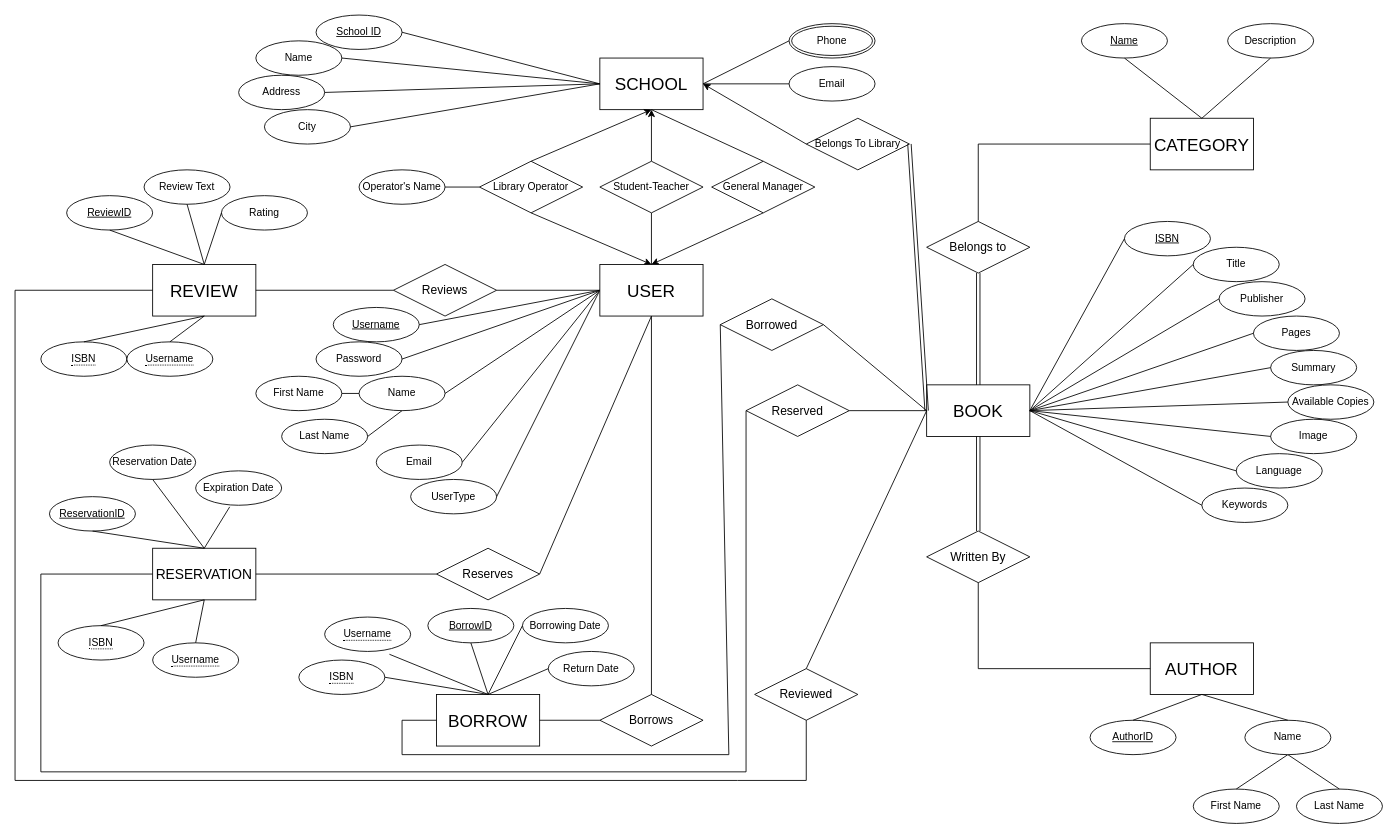
Earlier version of the draw.io diagram diagrams/ermodel .drawio (konpappas/database). Source tidied: cells renumbered, new cells numbered last; positions are measured from the earlier drawing's top-left corner, leaving out a move shared by most shapes. Both pictures are drawn from the tidied source at 86%, with x=0, y=0 at pixel (15, 15).
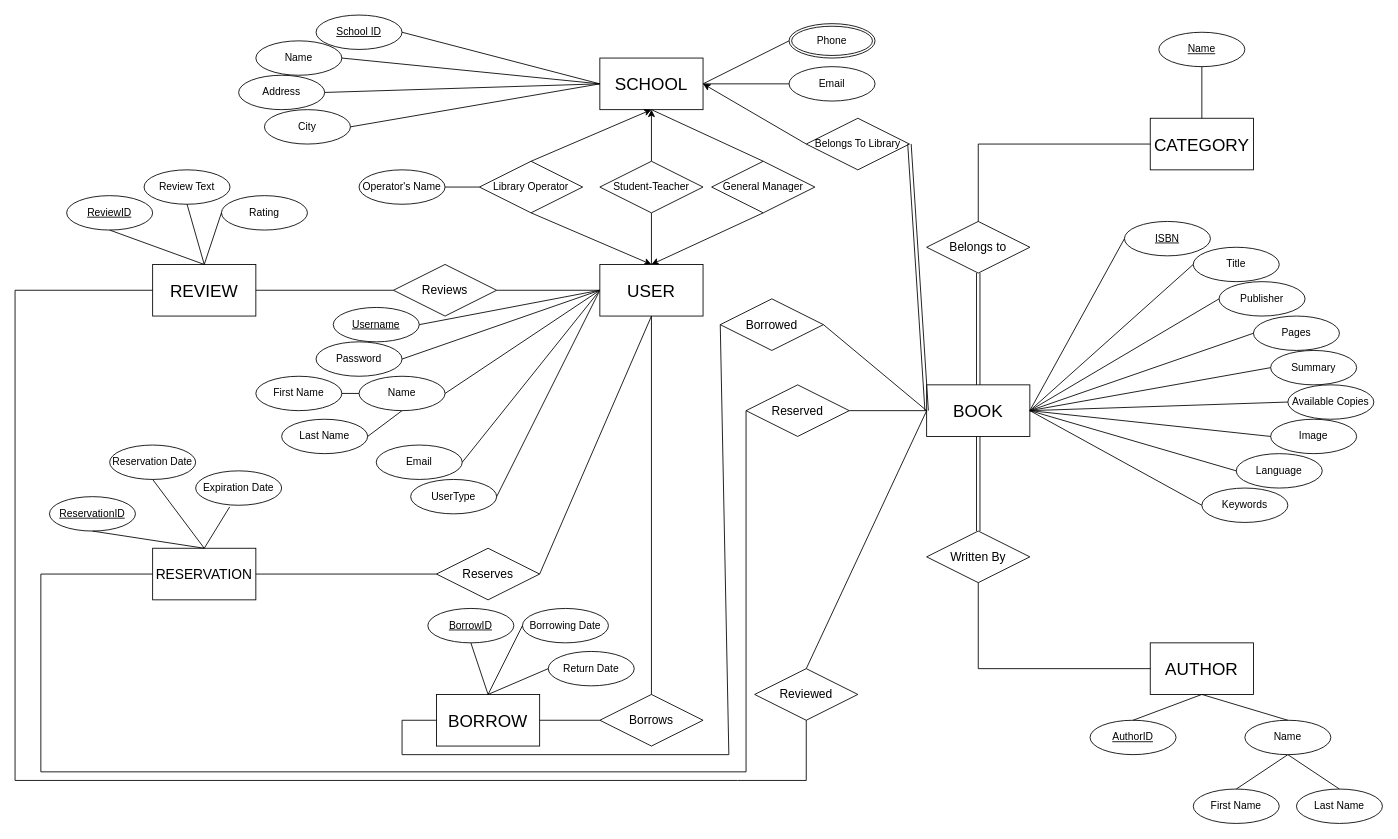
Above is the later version.

The change refers to these unchanged cells:
```xml
<mxCell id="3" value="&lt;font style=&quot;font-size: 16px;&quot;&gt;RESERVATION&lt;/font&gt;" style="rounded=0;whiteSpace=wrap;html=1;" parent="1" vertex="1">
  <mxGeometry x="160" y="620" width="120" height="60" as="geometry" />
</mxCell>
<mxCell id="4" value="&lt;font style=&quot;font-size: 20px;&quot;&gt;REVIEW&lt;/font&gt;" style="rounded=0;whiteSpace=wrap;html=1;" parent="1" vertex="1">
  <mxGeometry x="160" y="290" width="120" height="60" as="geometry" />
</mxCell>
<mxCell id="5" value="&lt;font style=&quot;font-size: 20px;&quot;&gt;BORROW&lt;/font&gt;" style="rounded=0;whiteSpace=wrap;html=1;" parent="1" vertex="1">
  <mxGeometry x="490" y="790" width="120" height="60" as="geometry" />
</mxCell>
<mxCell id="6" value="&lt;font style=&quot;font-size: 20px;&quot;&gt;CATEGORY&lt;/font&gt;" style="rounded=0;whiteSpace=wrap;html=1;" parent="1" vertex="1">
  <mxGeometry x="1320" y="120" width="120" height="60" as="geometry" />
</mxCell>
```

The edit, as a diff of the source:
```diff
@@
-    <mxCell id="78" value="&lt;span style=&quot;border-bottom: 1px dotted&quot;&gt;ISBN&lt;/span&gt;" style="ellipse;whiteSpace=wrap;html=1;align=center;" parent="1" vertex="1">
-      <mxGeometry x="50" y="710" width="100" height="40" as="geometry" />
-    </mxCell>
-    <mxCell id="79" value="&lt;span style=&quot;border-bottom: 1px dotted&quot;&gt;Username&lt;/span&gt;" style="ellipse;whiteSpace=wrap;html=1;align=center;" parent="1" vertex="1">
-      <mxGeometry x="160" y="730" width="100" height="40" as="geometry" />
-    </mxCell>
-    <mxCell id="80" value="&lt;span style=&quot;border-bottom: 1px dotted&quot;&gt;ISBN&lt;/span&gt;" style="ellipse;whiteSpace=wrap;html=1;align=center;" parent="1" vertex="1">
-      <mxGeometry x="30" y="380" width="100" height="40" as="geometry" />
-    </mxCell>
-    <mxCell id="81" value="&lt;span style=&quot;border-bottom: 1px dotted&quot;&gt;Username&lt;/span&gt;" style="ellipse;whiteSpace=wrap;html=1;align=center;" parent="1" vertex="1">
-      <mxGeometry x="130" y="380" width="100" height="40" as="geometry" />
-    </mxCell>
-    <mxCell id="82" value="&lt;span style=&quot;border-bottom: 1px dotted&quot;&gt;ISBN&lt;/span&gt;" style="ellipse;whiteSpace=wrap;html=1;align=center;" parent="1" vertex="1">
-      <mxGeometry x="330" y="750" width="100" height="40" as="geometry" />
-    </mxCell>
-    <mxCell id="83" value="&lt;span style=&quot;border-bottom: 1px dotted&quot;&gt;Username&lt;/span&gt;" style="ellipse;whiteSpace=wrap;html=1;align=center;" parent="1" vertex="1">
-      <mxGeometry x="360" y="700" width="100" height="40" as="geometry" />
-    </mxCell>
-    <mxCell id="84" style="endArrow=none;html=1;rounded=0;entryX=0.5;entryY=0;entryDx=0;entryDy=0;exitX=0.5;exitY=1;exitDx=0;exitDy=0;" parent="1" edge="1" source="4" target="80">
-      <mxGeometry relative="1" as="geometry" />
-    </mxCell>
-    <mxCell id="85" style="endArrow=none;html=1;rounded=0;entryX=0.5;entryY=0;entryDx=0;entryDy=0;exitX=0.5;exitY=1;exitDx=0;exitDy=0;" parent="1" edge="1" source="4" target="81">
-      <mxGeometry relative="1" as="geometry" />
-    </mxCell>
-    <mxCell id="86" style="endArrow=none;html=1;rounded=0;entryX=0.5;entryY=0;entryDx=0;entryDy=0;exitX=0.5;exitY=1;exitDx=0;exitDy=0;" parent="1" edge="1" source="3" target="78">
-      <mxGeometry relative="1" as="geometry" />
-    </mxCell>
-    <mxCell id="87" style="endArrow=none;html=1;rounded=0;entryX=0.5;entryY=1;entryDx=0;entryDy=0;exitX=0.5;exitY=0;exitDx=0;exitDy=0;" parent="1" edge="1" source="79" target="3">
-      <mxGeometry relative="1" as="geometry" />
-    </mxCell>
@@
-    <mxCell id="96" style="endArrow=none;html=1;rounded=0;entryX=1;entryY=0.5;entryDx=0;entryDy=0;exitX=0.5;exitY=0;exitDx=0;exitDy=0;" parent="1" edge="1" source="5" target="82">
-      <mxGeometry relative="1" as="geometry" />
-    </mxCell>
-    <mxCell id="97" style="endArrow=none;html=1;rounded=0;entryX=0.753;entryY=1.082;entryDx=0;entryDy=0;entryPerimeter=0;" parent="1" edge="1" target="83">
-      <mxGeometry relative="1" as="geometry">
-        <mxPoint x="550" y="790" as="sourcePoint" />
-      </mxGeometry>
-    </mxCell>
@@
     <mxCell id="101" value="Name" style="ellipse;whiteSpace=wrap;html=1;align=center;fontStyle=4;" parent="1" vertex="1">
-      <mxGeometry x="1240" y="10" width="100" height="40" as="geometry" />
+      <mxGeometry x="1330" y="20" width="100" height="40" as="geometry" />
     </mxCell>
-    <mxCell id="102" value="Description" style="ellipse;whiteSpace=wrap;html=1;align=center;" parent="1" vertex="1">
-      <mxGeometry x="1410" y="10" width="100" height="40" as="geometry" />
-    </mxCell>
@@
-    <mxCell id="104" style="endArrow=none;html=1;rounded=0;exitX=0.5;exitY=0;exitDx=0;exitDy=0;entryX=0.5;entryY=1;entryDx=0;entryDy=0;" parent="1" edge="1" source="6" target="102">
-      <mxGeometry relative="1" as="geometry" />
-    </mxCell>
```
